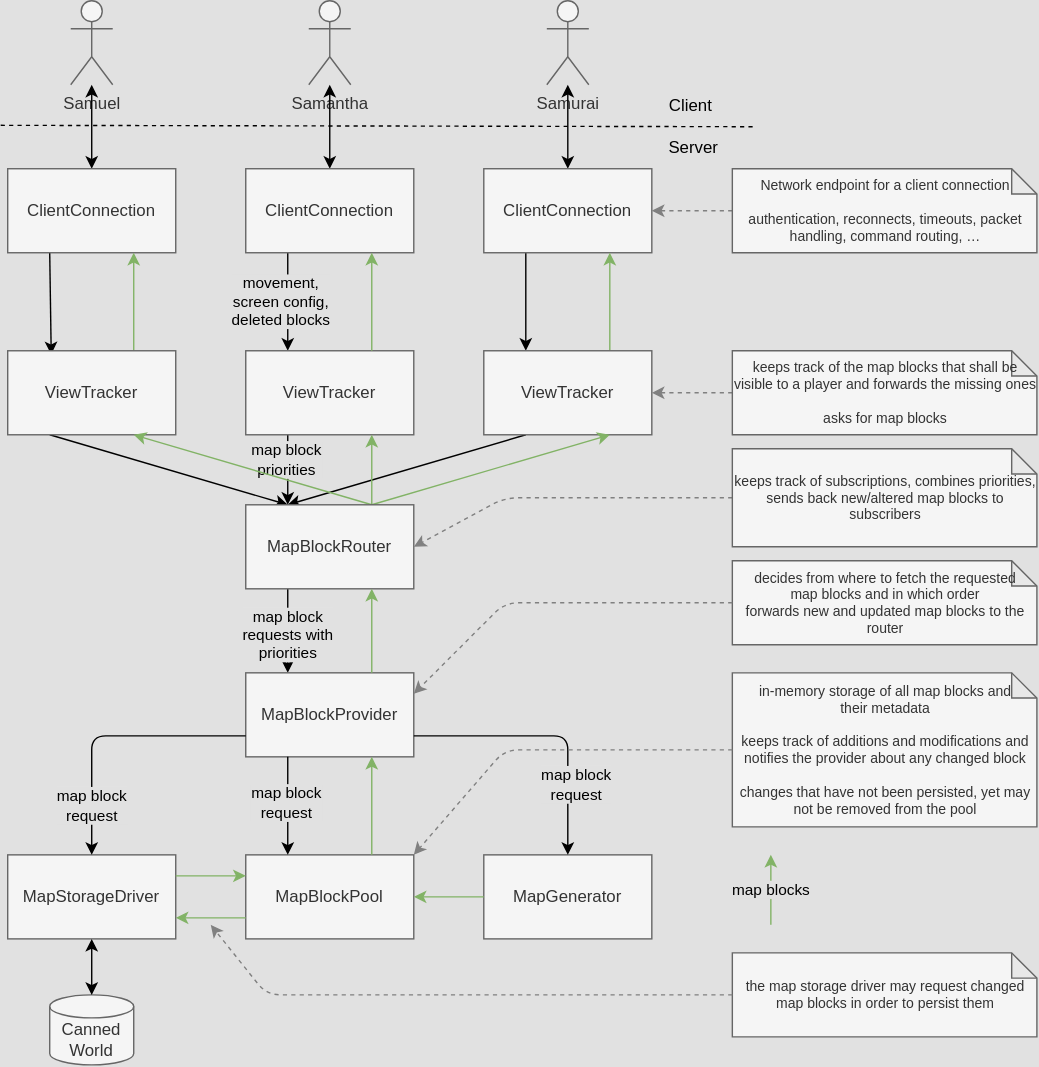
Earlier version of the draw.io export luanti-server/map-block-transmission.svg (kawogi/luanti-rs). Source tidied: cells renumbered, new cells last; positions are measured from the earlier drawing's top-left corner, leaving out a move shared by most shapes.
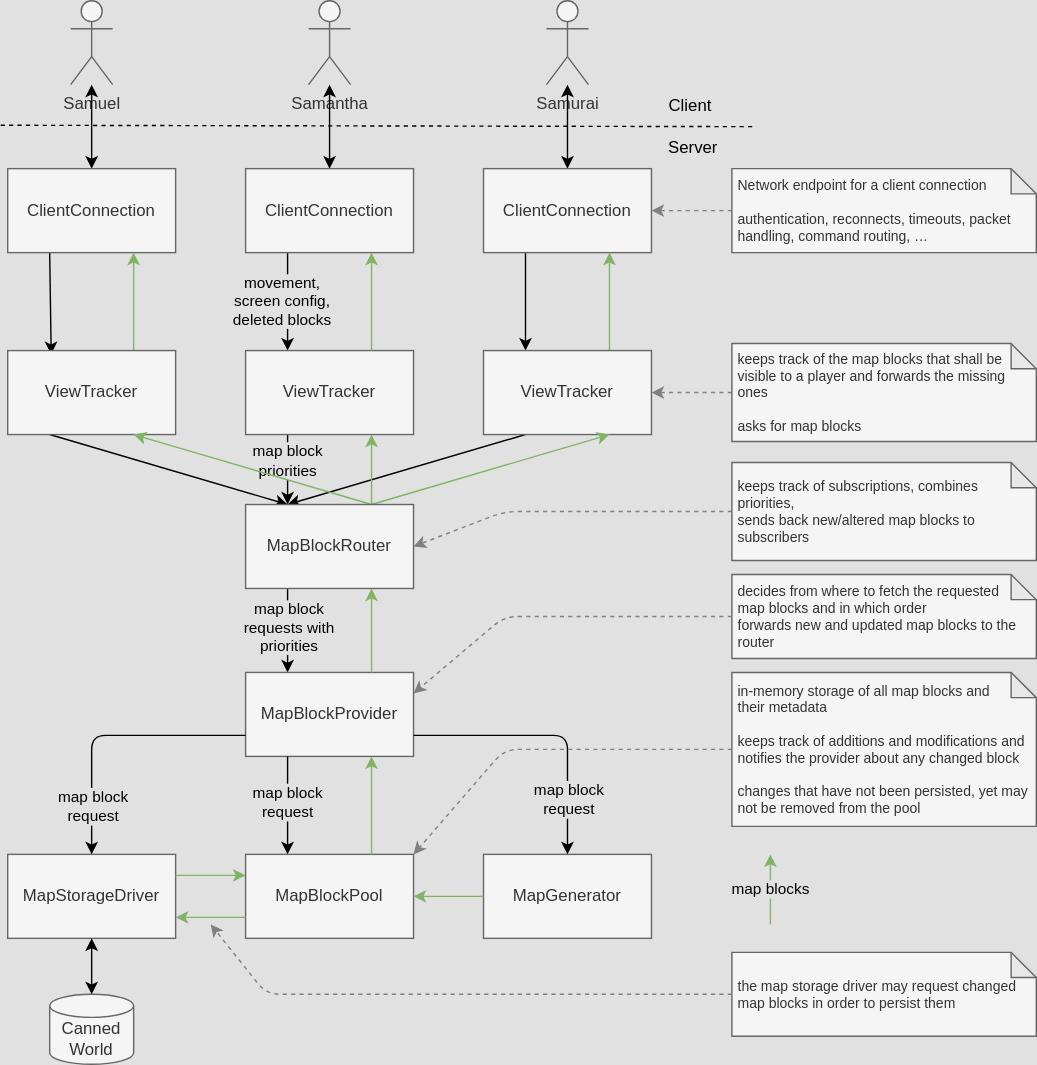
The same file after the commit.

Commit message:
improve alignment

Change to the diagram source:
```diff
@@ -92,7 +92,9 @@
       <mxGeometry relative="1" as="geometry" />
     </mxCell>
     <mxCell id="30" value="map block&lt;div&gt;requests with&lt;/div&gt;&lt;div&gt;priorities&lt;/div&gt;" style="edgeLabel;html=1;align=center;verticalAlign=middle;labelBackgroundColor=#E1E1E1;" parent="29" vertex="1">
-      <mxGeometry x="0.08" relative="1" as="geometry" />
+      <mxGeometry x="0.08" relative="1" as="geometry">
+        <mxPoint y="-5" as="offset" />
+      </mxGeometry>
     </mxCell>
     <mxCell id="31" value="MapBlockRouter&lt;span style=&quot;font-family: monospace; font-size: 0px; text-align: start; text-wrap-mode: nowrap;&quot;&gt;%3CmxGraphModel%3E%3Croot%3E%3CmxCell%20id%3D%220%22%2F%3E%3CmxCell%20id%3D%221%22%20parent%3D%220%22%2F%3E%3CmxCell%20id%3D%222%22%20value%3D%22Samantha%22%20style%3D%22shape%3DumlActor%3BverticalLabelPosition%3Dbottom%3BverticalAlign%3Dtop%3Bhtml%3D1%3BoutlineConnect%3D0%3B%22%20vertex%3D%221%22%20parent%3D%221%22%3E%3CmxGeometry%20x%3D%22420%22%20y%3D%2250%22%20width%3D%2230%22%20height%3D%2260%22%20as%3D%22geometry%22%2F%3E%3C%2FmxCell%3E%3C%2Froot%3E%3C%2FmxGraphModel%3E&lt;/span&gt;" style="rounded=0;whiteSpace=wrap;html=1;fillColor=#f5f5f5;fontColor=#333333;strokeColor=#666666;" parent="1" vertex="1">
       <mxGeometry x="175" y="360" width="120" height="60" as="geometry" />
@@ -106,23 +108,23 @@
     <mxCell id="34" style="edgeStyle=none;html=1;entryX=1;entryY=0.5;entryDx=0;entryDy=0;dashed=1;strokeColor=#808080;" parent="1" edge="1" source="35" target="31">
       <mxGeometry relative="1" as="geometry">
         <Array as="points">
-          <mxPoint x="360" y="355" />
+          <mxPoint x="360" y="365" />
         </Array>
       </mxGeometry>
     </mxCell>
-    <mxCell id="35" value="keeps track of subscriptions,&amp;nbsp;&lt;span style=&quot;background-color: transparent;&quot;&gt;combines priorities,&lt;/span&gt;&lt;div&gt;sends back new/altered map blocks to subscribers&lt;/div&gt;" style="shape=note;whiteSpace=wrap;html=1;backgroundOutline=1;darkOpacity=0.05;size=18;fontSize=10;fillColor=#f5f5f5;fontColor=#333333;strokeColor=#666666;" parent="1" vertex="1">
-      <mxGeometry x="522.5" y="320" width="217.5" height="70" as="geometry" />
+    <mxCell id="35" value="keeps track of subscriptions,&amp;nbsp;&lt;span style=&quot;background-color: transparent;&quot;&gt;combines priorities,&lt;/span&gt;&lt;div&gt;sends back new/altered map blocks to subscribers&lt;/div&gt;" style="shape=note;whiteSpace=wrap;html=1;backgroundOutline=1;darkOpacity=0.05;size=18;fontSize=10;fillColor=#f5f5f5;fontColor=#333333;strokeColor=#666666;align=left;spacingLeft=2;spacingTop=0;spacing=2;spacingRight=2;" parent="1" vertex="1">
+      <mxGeometry x="522.5" y="330" width="217.5" height="70" as="geometry" />
     </mxCell>
     <mxCell id="36" style="edgeStyle=none;html=1;entryX=1;entryY=0.5;entryDx=0;entryDy=0;dashed=1;strokeColor=#808080;" parent="1" edge="1" source="37" target="24">
       <mxGeometry relative="1" as="geometry" />
     </mxCell>
-    <mxCell id="37" value="keeps track of the map blocks that shall be visible to a player and forwards the missing ones&lt;div&gt;&lt;br&gt;&lt;/div&gt;&lt;div&gt;asks for map blocks&lt;/div&gt;" style="shape=note;whiteSpace=wrap;html=1;backgroundOutline=1;darkOpacity=0.05;size=18;fontSize=10;fillColor=#f5f5f5;fontColor=#333333;strokeColor=#666666;" parent="1" vertex="1">
-      <mxGeometry x="522.5" y="250" width="217.5" height="60" as="geometry" />
+    <mxCell id="37" value="keeps track of the map blocks that shall be visible to a player and forwards the missing ones&lt;div&gt;&lt;br&gt;&lt;/div&gt;&lt;div&gt;asks for map blocks&lt;/div&gt;" style="shape=note;whiteSpace=wrap;html=1;backgroundOutline=1;darkOpacity=0.05;size=18;fontSize=10;fillColor=#f5f5f5;fontColor=#333333;strokeColor=#666666;align=left;spacingLeft=2;spacingTop=0;spacing=2;spacingRight=2;" parent="1" vertex="1">
+      <mxGeometry x="522.5" y="245" width="217.5" height="70" as="geometry" />
     </mxCell>
     <mxCell id="38" style="edgeStyle=none;html=1;entryX=1;entryY=0.5;entryDx=0;entryDy=0;dashed=1;strokeColor=#808080;" parent="1" edge="1" source="39" target="15">
       <mxGeometry relative="1" as="geometry" />
     </mxCell>
-    <mxCell id="39" value="Network endpoint&amp;nbsp;&lt;span style=&quot;background-color: transparent;&quot;&gt;for a client connection&lt;/span&gt;&lt;div&gt;&lt;br&gt;&lt;div&gt;authentication, reconnects, timeouts, packet handling,&amp;nbsp;&lt;span style=&quot;background-color: transparent;&quot;&gt;command routing, …&lt;/span&gt;&lt;/div&gt;&lt;/div&gt;" style="shape=note;whiteSpace=wrap;html=1;backgroundOutline=1;darkOpacity=0.05;size=18;fontSize=10;fillColor=#f5f5f5;fontColor=#333333;strokeColor=#666666;" parent="1" vertex="1">
+    <mxCell id="39" value="Network endpoint&amp;nbsp;&lt;span style=&quot;background-color: transparent;&quot;&gt;for a client connection&lt;/span&gt;&lt;div&gt;&lt;br&gt;&lt;div&gt;authentication, reconnects, timeouts, packet handling,&amp;nbsp;&lt;span style=&quot;background-color: transparent;&quot;&gt;command routing, …&lt;/span&gt;&lt;/div&gt;&lt;/div&gt;" style="shape=note;whiteSpace=wrap;html=1;backgroundOutline=1;darkOpacity=0.05;size=18;fontSize=10;fillColor=#f5f5f5;fontColor=#333333;strokeColor=#666666;align=left;spacingLeft=2;spacingTop=0;spacing=2;spacingRight=2;" parent="1" vertex="1">
       <mxGeometry x="522.5" y="120" width="217.5" height="60" as="geometry" />
     </mxCell>
     <mxCell id="40" value="MapBlockProvider" style="rounded=0;whiteSpace=wrap;html=1;fillColor=#f5f5f5;fontColor=#333333;strokeColor=#666666;" parent="1" vertex="1">
@@ -184,7 +186,7 @@
     </mxCell>
     <mxCell id="55" value="map block&lt;div&gt;request&lt;/div&gt;" style="edgeLabel;html=1;align=center;verticalAlign=middle;labelBackgroundColor=#E1E1E1;" parent="54" vertex="1">
       <mxGeometry x="-0.33" y="1" relative="1" as="geometry">
-        <mxPoint x="51" y="36" as="offset" />
+        <mxPoint x="45" y="46" as="offset" />
       </mxGeometry>
     </mxCell>
     <mxCell id="56" value="map blocks" style="edgeStyle=none;html=1;entryX=0.75;entryY=1;entryDx=0;entryDy=0;fillColor=#d5e8d4;strokeColor=#82b366;labelBackgroundColor=#E1E1E1;" parent="1" edge="1">
@@ -193,20 +195,20 @@
         <mxPoint x="550" y="610" as="targetPoint" />
       </mxGeometry>
     </mxCell>
-    <mxCell id="57" value="decides from where to&amp;nbsp;&lt;span style=&quot;background-color: transparent;&quot;&gt;fetch&amp;nbsp;&lt;/span&gt;&lt;span style=&quot;background-color: transparent;&quot;&gt;the requested&lt;/span&gt;&lt;div&gt;&lt;span style=&quot;background-color: transparent;&quot;&gt;map blocks and in which order&lt;/span&gt;&lt;div&gt;&lt;div&gt;&lt;div&gt;forwards new and updated map blocks to the router&lt;/div&gt;&lt;/div&gt;&lt;/div&gt;&lt;/div&gt;" style="shape=note;whiteSpace=wrap;html=1;backgroundOutline=1;darkOpacity=0.05;size=18;fontSize=10;fillColor=#f5f5f5;fontColor=#333333;strokeColor=#666666;" parent="1" vertex="1">
-      <mxGeometry x="522.5" y="400" width="217.5" height="60" as="geometry" />
+    <mxCell id="57" value="decides from where to&amp;nbsp;&lt;span style=&quot;background-color: transparent;&quot;&gt;fetch&amp;nbsp;&lt;/span&gt;&lt;span style=&quot;background-color: transparent;&quot;&gt;the requested&lt;/span&gt;&lt;div&gt;&lt;span style=&quot;background-color: transparent;&quot;&gt;map blocks and in which order&lt;/span&gt;&lt;div&gt;&lt;div&gt;&lt;div&gt;forwards new and updated map blocks to the router&lt;/div&gt;&lt;/div&gt;&lt;/div&gt;&lt;/div&gt;" style="shape=note;whiteSpace=wrap;html=1;backgroundOutline=1;darkOpacity=0.05;size=18;fontSize=10;fillColor=#f5f5f5;fontColor=#333333;strokeColor=#666666;align=left;spacingLeft=2;spacingTop=0;spacing=2;spacingRight=2;" parent="1" vertex="1">
+      <mxGeometry x="522.5" y="410" width="217.5" height="60" as="geometry" />
     </mxCell>
     <mxCell id="58" style="edgeStyle=none;html=1;entryX=1;entryY=0.25;entryDx=0;entryDy=0;dashed=1;strokeColor=#808080;exitX=0;exitY=0.5;exitDx=0;exitDy=0;exitPerimeter=0;" parent="1" edge="1" source="57" target="40">
       <mxGeometry relative="1" as="geometry">
         <Array as="points">
-          <mxPoint x="360" y="430" />
+          <mxPoint x="360" y="440" />
         </Array>
       </mxGeometry>
     </mxCell>
     <mxCell id="59" style="edgeStyle=none;html=1;entryX=1;entryY=0.75;entryDx=0;entryDy=0;fillColor=#d5e8d4;strokeColor=#82b366;exitX=0;exitY=0.75;exitDx=0;exitDy=0;" parent="1" edge="1" source="41" target="47">
       <mxGeometry relative="1" as="geometry" />
     </mxCell>
-    <mxCell id="60" value="in-memory storage of all map blocks and&lt;div&gt;their metadata&lt;/div&gt;&lt;div&gt;&lt;br&gt;&lt;div&gt;keeps track of additions and modifications and notifies the provider about any changed block&lt;/div&gt;&lt;/div&gt;&lt;div&gt;&lt;br&gt;&lt;/div&gt;&lt;div&gt;changes that have not been persisted, yet may not be removed from the pool&lt;/div&gt;" style="shape=note;whiteSpace=wrap;html=1;backgroundOutline=1;darkOpacity=0.05;size=18;fontSize=10;fillColor=#f5f5f5;fontColor=#333333;strokeColor=#666666;" parent="1" vertex="1">
+    <mxCell id="60" value="in-memory storage of all map blocks and&lt;div&gt;their metadata&lt;/div&gt;&lt;div&gt;&lt;br&gt;&lt;div&gt;keeps track of additions and modifications and notifies the provider about any changed block&lt;/div&gt;&lt;/div&gt;&lt;div&gt;&lt;br&gt;&lt;/div&gt;&lt;div&gt;changes that have not been persisted, yet may not be removed from the pool&lt;/div&gt;" style="shape=note;whiteSpace=wrap;html=1;backgroundOutline=1;darkOpacity=0.05;size=18;fontSize=10;fillColor=#f5f5f5;fontColor=#333333;strokeColor=#666666;align=left;spacingLeft=2;spacingTop=0;spacing=2;spacingRight=2;" parent="1" vertex="1">
       <mxGeometry x="522.5" y="480" width="217.5" height="110" as="geometry" />
     </mxCell>
     <mxCell id="61" style="edgeStyle=none;html=1;entryX=1;entryY=0;entryDx=0;entryDy=0;dashed=1;strokeColor=#808080;exitX=0;exitY=0.5;exitDx=0;exitDy=0;exitPerimeter=0;" parent="1" edge="1" source="60" target="41">
@@ -216,7 +218,7 @@
         </Array>
       </mxGeometry>
     </mxCell>
-    <mxCell id="62" value="the map storage driver may request changed&lt;div&gt;map blocks in order to persist them&lt;/div&gt;" style="shape=note;whiteSpace=wrap;html=1;backgroundOutline=1;darkOpacity=0.05;size=18;fontSize=10;fillColor=#f5f5f5;fontColor=#333333;strokeColor=#666666;" parent="1" vertex="1">
+    <mxCell id="62" value="the map storage driver may request changed&lt;div&gt;map blocks in order to persist them&lt;/div&gt;" style="shape=note;whiteSpace=wrap;html=1;backgroundOutline=1;darkOpacity=0.05;size=18;fontSize=10;fillColor=#f5f5f5;fontColor=#333333;strokeColor=#666666;align=left;spacingLeft=2;spacingTop=0;spacing=2;spacingRight=2;" parent="1" vertex="1">
       <mxGeometry x="522.5" y="680" width="217.5" height="60" as="geometry" />
     </mxCell>
     <mxCell id="63" style="edgeStyle=none;html=1;dashed=1;strokeColor=#808080;exitX=0;exitY=0.5;exitDx=0;exitDy=0;exitPerimeter=0;" parent="1" edge="1" source="62">
```
